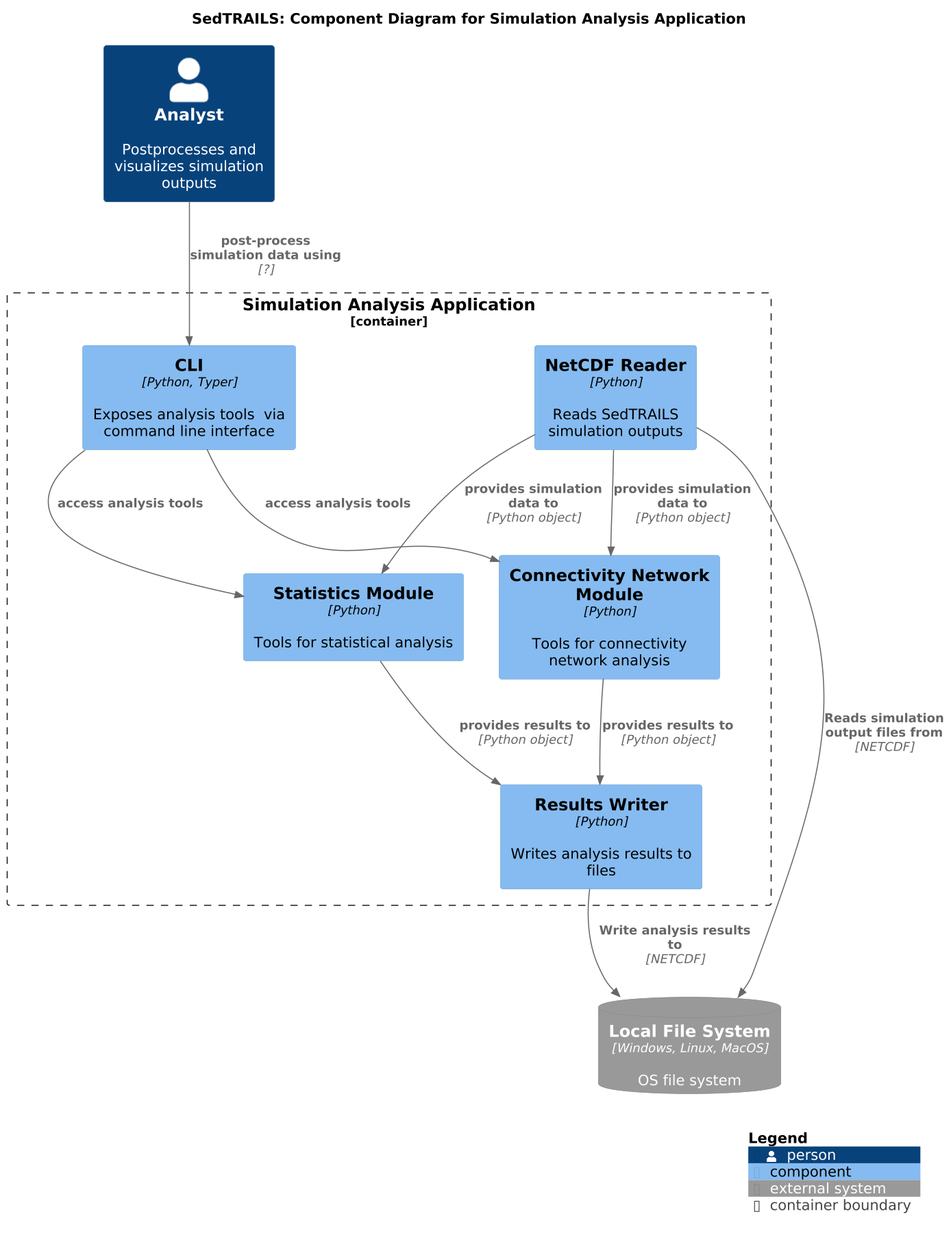
Above: docs/_static/img/architecture/SedtrailComponentsAnalysis.png in sgpearson17/sedtrails-sgp (PlantUML), before the change.
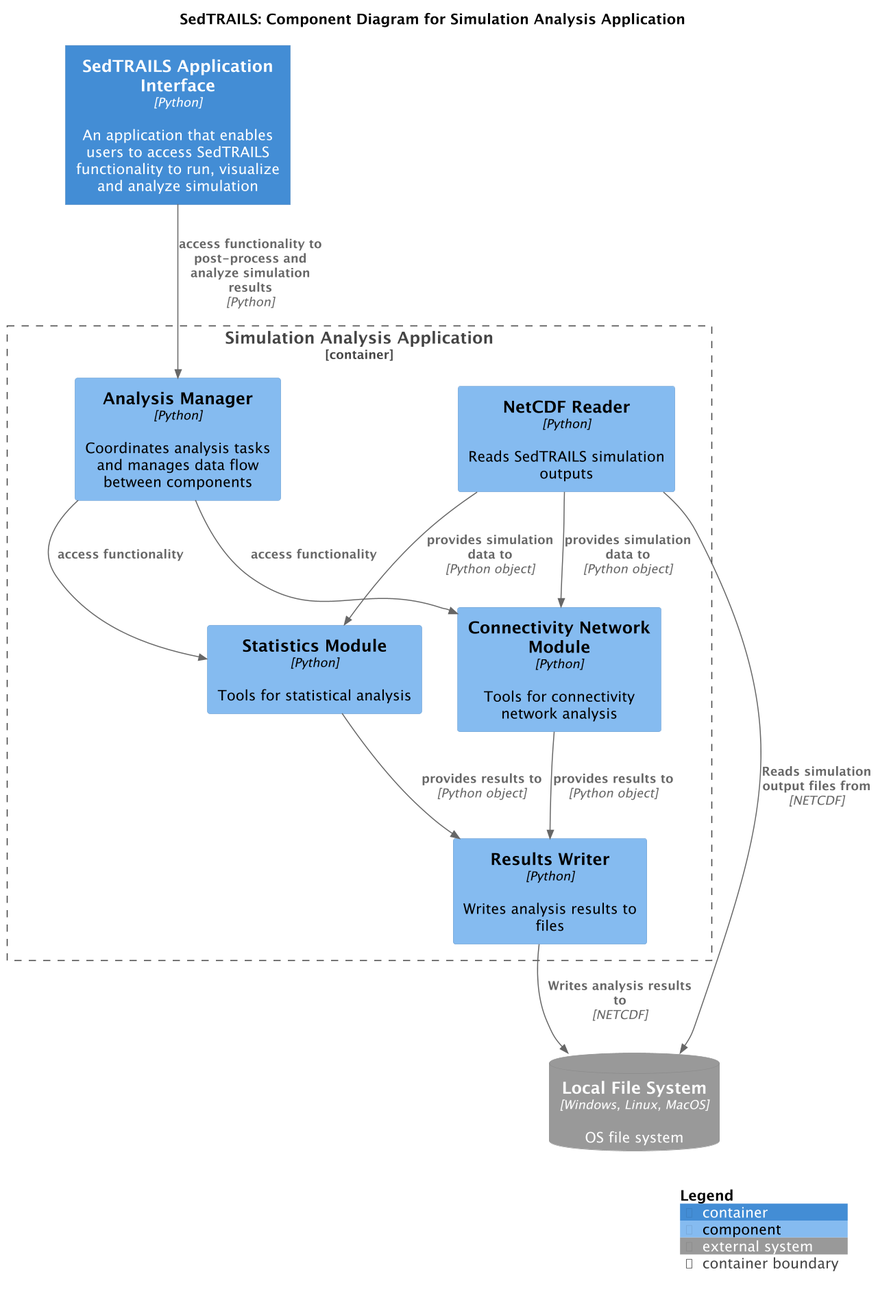
The same diagram one commit later.

What changed in the source:
```diff
@@ -5,17 +5,16 @@
 title SedTRAILS: Component Diagram for Simulation Analysis Application
 scale 1.5
 
-Person(analyst, "Analyst", "Postprocesses and visualizes simulation outputs")
 
+Container(sedtrailsInterface, "SedTRAILS Application Interface", "Python", "An application that enables users to access SedTRAILS functionality to run, visualize and analyze simulation")
 SystemDb_Ext(fileSystem, "Local File System", "OS file system", $type="Windows, Linux, MacOS")
 
 Container_Boundary(analystApp, "Simulation Analysis Application", "Python", "An application to post-process simulation outputs and conduct statistical and connectivity network analyses"){
-
     Component(fileReader, "NetCDF Reader", "Python", "Reads SedTRAILS simulation outputs")
     Component(fileWriter, "Results Writer", "Python", "Writes analysis results to files")
     Component(statistics, "Statistics Module", "Python", "Tools for statistical analysis")
     Component(connectivity, "Connectivity Network Module", "Python", "Tools for connectivity network analysis")
-    Component(cli, "CLI", "Python, Typer", "Exposes analysis tools  via command line interface")
+    Component(analysisManager, "Analysis Manager", "Python", "Coordinates analysis tasks and manages data flow between components")
 
     Rel(fileReader, statistics, "provides simulation data to", "Python object")
     Rel(fileReader, connectivity, "provides simulation data to", "Python object")
@@ -23,12 +22,11 @@
     Rel(statistics, fileWriter, "provides results to", "Python object")
 }
 
-
 Rel(fileReader, fileSystem, "Reads simulation output files from", "NETCDF")
-Rel(fileWriter, fileSystem , "Write analysis results to", "NETCDF")
-Rel(analyst, cli, "post-process simulation data using", "?")
-Rel(cli, statistics, "access analysis tools",)
-Rel(cli, connectivity, "access analysis tools",)
+Rel(fileWriter, fileSystem , "Writes analysis results to", "NETCDF")
+Rel(sedtrailsInterface, analysisManager, "access functionality to post-process and analyze simulation results", "Python")
+Rel(analysisManager, statistics, "access functionality",)
+Rel(analysisManager, connectivity, "access functionality",)
 
 SHOW_LEGEND()
 @enduml
```
